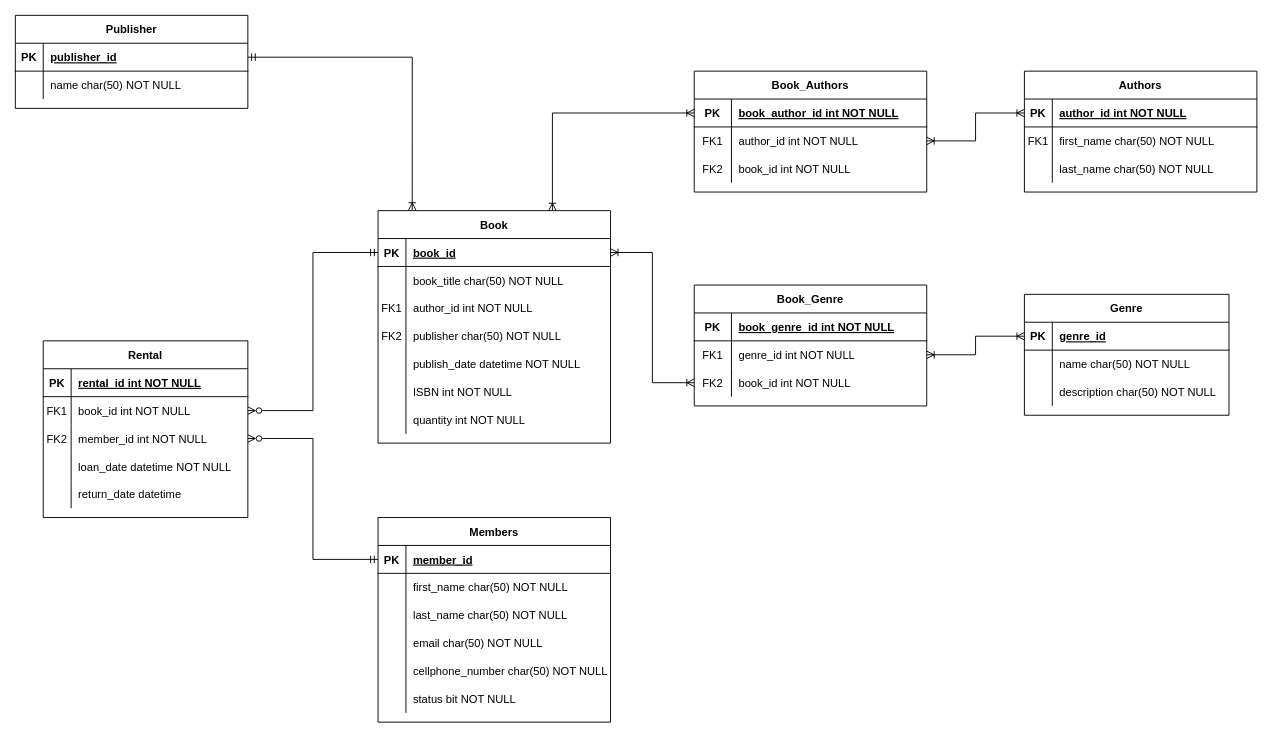
The draw.io diagram resources/LMS.drawio in ThabangKubheka/First-Level-Up-SQL-Fundamentals-, before the edit. Source tidied: cells renumbered, new cells numbered last; positions are measured from the earlier drawing's top-left corner, leaving out a move shared by most shapes. Both pictures are drawn from the tidied source at 93%, with x=0, y=0 at pixel (15, 15).
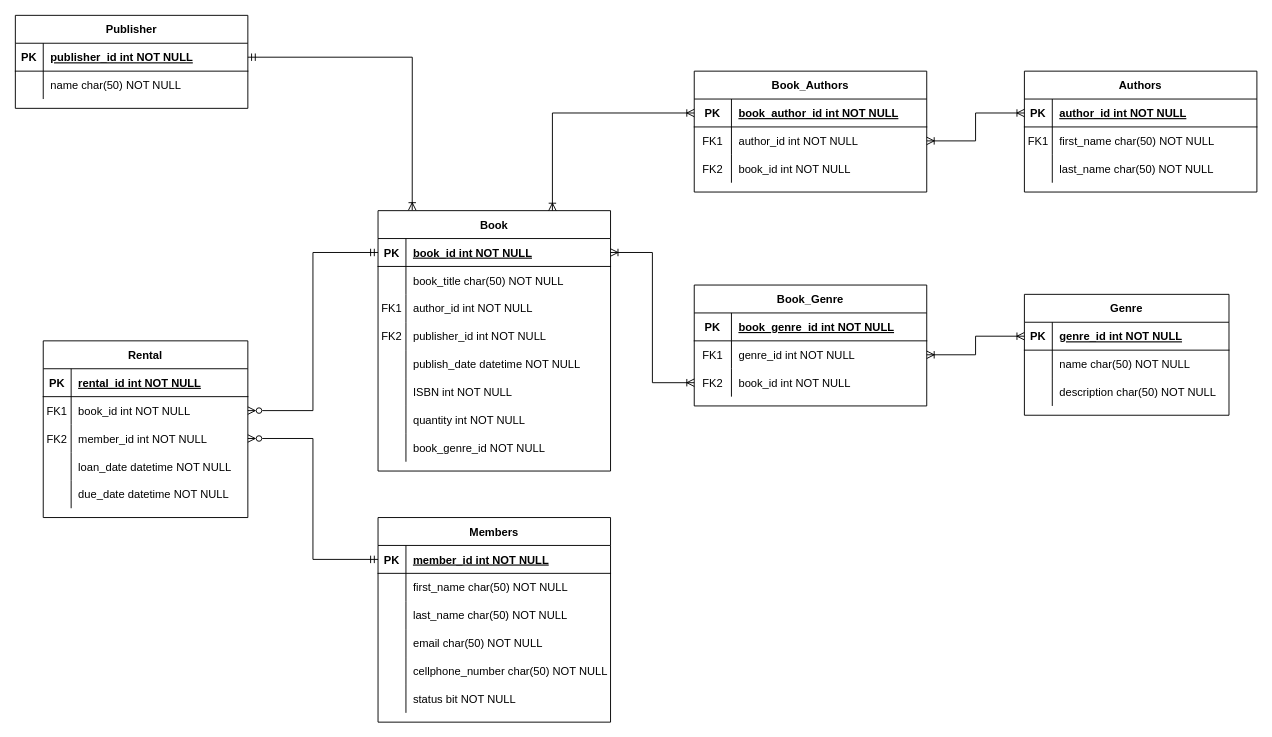
The same page after the edit.

The change refers to these unchanged cells:
```xml
<mxCell id="13" style="shape=partialRectangle;fillColor=none;points=[[0,0.5],[1,0.5]];portConstraint=eastwest;top=0;left=0;right=0;bottom=1;" parent="12" vertex="1">
  <mxGeometry y="30" width="250" height="30" as="geometry" />
</mxCell>
<mxCell id="22" style="shape=partialRectangle;fillColor=none;top=0;left=0;right=0;bottom=0;" parent="12" vertex="1">
  <mxGeometry y="120" width="250" height="30" as="geometry" />
</mxCell>
<mxCell id="35" style="shape=partialRectangle;fillColor=none;points=[[0,0.5],[1,0.5]];portConstraint=eastwest;top=0;left=0;right=0;bottom=1;" parent="34" vertex="1">
  <mxGeometry y="30" width="250" height="30" as="geometry" />
</mxCell>
<mxCell id="65" style="shape=partialRectangle;fillColor=none;points=[[0,0.5],[1,0.5]];portConstraint=eastwest;top=0;left=0;right=0;bottom=1;" parent="64" vertex="1">
  <mxGeometry y="30" width="220" height="30" as="geometry" />
</mxCell>
<mxCell id="87" style="shape=partialRectangle;fillColor=none;top=0;left=0;right=0;bottom=0;" parent="74" vertex="1">
  <mxGeometry y="150" width="220" height="30" as="geometry" />
</mxCell>
<mxCell id="106" style="shape=partialRectangle;fillColor=none;points=[[0,0.5],[1,0.5]];portConstraint=eastwest;top=0;left=0;right=0;bottom=1;" parent="105" vertex="1">
  <mxGeometry y="30" width="250" height="30" as="geometry" />
</mxCell>
```

What changed in the source:
```diff
@@
     <mxCell id="12" value="Book" style="shape=table;startSize=30;childLayout=tableLayout;rowLines=0;fontStyle=1;align=center;" parent="1" vertex="1">
-      <mxGeometry x="390" y="210" width="250" height="250" as="geometry" />
+      <mxGeometry x="390" y="210" width="250" height="280" as="geometry" />
     </mxCell>
@@
-    <mxCell id="15" value="book_id" style="shape=partialRectangle;overflow=hidden;fillColor=none;top=0;left=0;bottom=0;right=0;align=left;spacingLeft=6;fontStyle=5;" parent="13" vertex="1">
+    <mxCell id="15" value="book_id int NOT NULL" style="shape=partialRectangle;overflow=hidden;fillColor=none;top=0;left=0;bottom=0;right=0;align=left;spacingLeft=6;fontStyle=5;" parent="13" vertex="1">
       <mxGeometry x="30" width="220" height="30" as="geometry" />
     </mxCell>
@@
-    <mxCell id="24" value="publisher char(50) NOT NULL" style="shape=partialRectangle;overflow=hidden;fillColor=none;top=0;left=0;bottom=0;right=0;align=left;spacingLeft=6;" parent="22" vertex="1">
+    <mxCell id="24" value="publisher_id int NOT NULL" style="shape=partialRectangle;overflow=hidden;fillColor=none;top=0;left=0;bottom=0;right=0;align=left;spacingLeft=6;" parent="22" vertex="1">
       <mxGeometry x="30" width="220" height="30" as="geometry" />
     </mxCell>
@@
+    <mxCell id="113" style="shape=partialRectangle;fillColor=none;top=0;left=0;right=0;bottom=0;" parent="12" vertex="1">
+      <mxGeometry y="240" width="250" height="30" as="geometry" />
+    </mxCell>
+    <mxCell id="114" style="shape=partialRectangle;overflow=hidden;fillColor=none;top=0;left=0;bottom=0;right=0;" parent="113" vertex="1">
+      <mxGeometry width="30" height="30" as="geometry" />
+    </mxCell>
+    <mxCell id="115" value="book_genre_id NOT NULL" style="shape=partialRectangle;overflow=hidden;fillColor=none;top=0;left=0;bottom=0;right=0;align=left;spacingLeft=6;" parent="113" vertex="1">
+      <mxGeometry x="30" width="220" height="30" as="geometry" />
+    </mxCell>
@@
-    <mxCell id="37" value="member_id" style="shape=partialRectangle;overflow=hidden;fillColor=none;top=0;left=0;bottom=0;right=0;align=left;spacingLeft=6;fontStyle=5;" parent="35" vertex="1">
+    <mxCell id="37" value="member_id int NOT NULL" style="shape=partialRectangle;overflow=hidden;fillColor=none;top=0;left=0;bottom=0;right=0;align=left;spacingLeft=6;fontStyle=5;" parent="35" vertex="1">
       <mxGeometry x="30" width="220" height="30" as="geometry" />
     </mxCell>
@@
-    <mxCell id="67" value="genre_id" style="shape=partialRectangle;overflow=hidden;fillColor=none;top=0;left=0;bottom=0;right=0;align=left;spacingLeft=6;fontStyle=5;" parent="65" vertex="1">
+    <mxCell id="67" value="genre_id int NOT NULL" style="shape=partialRectangle;overflow=hidden;fillColor=none;top=0;left=0;bottom=0;right=0;align=left;spacingLeft=6;fontStyle=5;" parent="65" vertex="1">
       <mxGeometry x="30" width="190" height="30" as="geometry" />
     </mxCell>
@@
-    <mxCell id="89" value="return_date datetime" style="shape=partialRectangle;overflow=hidden;fillColor=none;top=0;left=0;bottom=0;right=0;align=left;spacingLeft=6;" parent="87" vertex="1">
+    <mxCell id="89" value="due_date datetime NOT NULL" style="shape=partialRectangle;overflow=hidden;fillColor=none;top=0;left=0;bottom=0;right=0;align=left;spacingLeft=6;" parent="87" vertex="1">
       <mxGeometry x="30" width="190" height="30" as="geometry" />
     </mxCell>
@@
-    <mxCell id="108" value="publisher_id" style="shape=partialRectangle;overflow=hidden;fillColor=none;top=0;left=0;bottom=0;right=0;align=left;spacingLeft=6;fontStyle=5;" parent="106" vertex="1">
+    <mxCell id="108" value="publisher_id int NOT NULL" style="shape=partialRectangle;overflow=hidden;fillColor=none;top=0;left=0;bottom=0;right=0;align=left;spacingLeft=6;fontStyle=5;" parent="106" vertex="1">
       <mxGeometry x="30" width="220" height="30" as="geometry" />
     </mxCell>
```
